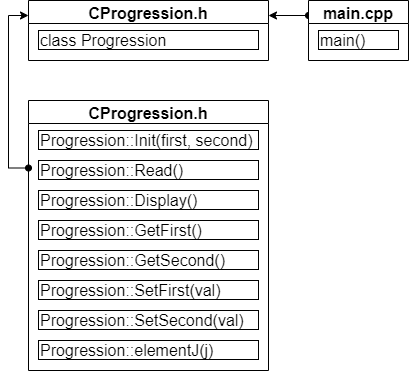
Earlier version of the draw.io export structure_diagram.png (SergiyStepanchuk/OOP_Lab_1.1). Source tidied: cells renumbered, new cells last; positions are measured from the earlier drawing's top-left corner, leaving out a move shared by most shapes.
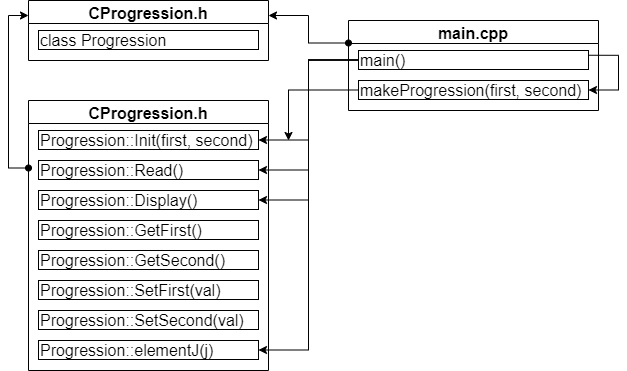
The same diagram one commit later.

Change to the diagram source:
```diff
@@ -2,15 +2,23 @@
   <root>
     <mxCell id="0" />
     <mxCell id="1" parent="0" />
-    <mxCell id="2" style="edgeStyle=orthogonalEdgeStyle;rounded=0;jettySize=auto;html=1;exitX=0;exitY=0.25;exitDx=0;exitDy=0;entryX=1;entryY=0.25;entryDx=0;entryDy=0;startArrow=oval;startFill=1;endArrow=classic;endFill=1;fontSize=16;" parent="1" edge="1" source="3" target="5">
-      <mxGeometry relative="1" as="geometry" />
-    </mxCell>
     <mxCell id="3" value="main.cpp" style="swimlane;fontSize=16;" parent="1" vertex="1">
-      <mxGeometry x="280" width="100" height="60" as="geometry" />
+      <mxGeometry x="320" y="20" width="250" height="90" as="geometry" />
     </mxCell>
+    <mxCell id="17" style="edgeStyle=orthogonalEdgeStyle;rounded=0;jettySize=auto;html=1;exitX=1;exitY=0.25;exitDx=0;exitDy=0;entryX=1;entryY=0.5;entryDx=0;entryDy=0;" parent="3" edge="1" source="4" target="18">
+      <mxGeometry relative="1" as="geometry">
+        <Array as="points">
+          <mxPoint x="270" y="35" />
+          <mxPoint x="270" y="70" />
+        </Array>
+      </mxGeometry>
+    </mxCell>
     <mxCell id="4" value="main()" style="text;html=1;align=left;verticalAlign=middle;whiteSpace=wrap;rounded=0;sketch=0;fontSize=16;glass=0;strokeColor=#000000;" parent="3" vertex="1">
-      <mxGeometry x="10" y="30" width="80" height="19" as="geometry" />
+      <mxGeometry x="10" y="30" width="230" height="19" as="geometry" />
     </mxCell>
+    <mxCell id="18" value="makeProgression(first, second)" style="text;html=1;align=left;verticalAlign=middle;whiteSpace=wrap;rounded=0;sketch=0;fontSize=16;glass=0;strokeColor=#000000;" parent="3" vertex="1">
+      <mxGeometry x="10" y="60" width="230" height="19" as="geometry" />
+    </mxCell>
     <mxCell id="5" value="CProgression.h" style="swimlane;fontSize=16;" parent="1" vertex="1">
       <mxGeometry width="240" height="60" as="geometry" />
     </mxCell>
@@ -47,5 +55,29 @@
     <mxCell id="16" style="edgeStyle=orthogonalEdgeStyle;rounded=0;jettySize=auto;html=1;exitX=0;exitY=0.25;exitDx=0;exitDy=0;entryX=0;entryY=0.25;entryDx=0;entryDy=0;fontSize=16;startArrow=oval;startFill=1;" parent="1" edge="1" source="7" target="5">
       <mxGeometry relative="1" as="geometry" />
     </mxCell>
+    <mxCell id="19" style="edgeStyle=orthogonalEdgeStyle;rounded=0;jettySize=auto;html=1;exitX=0;exitY=0.5;exitDx=0;exitDy=0;entryX=1;entryY=0.5;entryDx=0;entryDy=0;" parent="1" edge="1" source="4" target="8">
+      <mxGeometry relative="1" as="geometry" />
+    </mxCell>
+    <mxCell id="20" style="edgeStyle=orthogonalEdgeStyle;rounded=0;jettySize=auto;html=1;exitX=0;exitY=0.5;exitDx=0;exitDy=0;entryX=1;entryY=0.5;entryDx=0;entryDy=0;" parent="1" edge="1" source="4" target="9">
+      <mxGeometry relative="1" as="geometry" />
+    </mxCell>
+    <mxCell id="21" style="edgeStyle=orthogonalEdgeStyle;rounded=0;jettySize=auto;html=1;exitX=0;exitY=0.5;exitDx=0;exitDy=0;entryX=1;entryY=0.5;entryDx=0;entryDy=0;" parent="1" edge="1" source="4" target="10">
+      <mxGeometry relative="1" as="geometry" />
+    </mxCell>
+    <mxCell id="22" style="edgeStyle=orthogonalEdgeStyle;rounded=0;jettySize=auto;html=1;exitX=0;exitY=0.5;exitDx=0;exitDy=0;entryX=1;entryY=0.5;entryDx=0;entryDy=0;" parent="1" edge="1" source="4" target="15">
+      <mxGeometry relative="1" as="geometry" />
+    </mxCell>
+    <mxCell id="2" style="edgeStyle=orthogonalEdgeStyle;rounded=0;jettySize=auto;html=1;exitX=0;exitY=0.25;exitDx=0;exitDy=0;entryX=1;entryY=0.25;entryDx=0;entryDy=0;startArrow=oval;startFill=1;endArrow=classic;endFill=1;fontSize=16;" parent="1" edge="1" source="3" target="5">
+      <mxGeometry relative="1" as="geometry" />
+    </mxCell>
+    <mxCell id="23" style="edgeStyle=orthogonalEdgeStyle;rounded=0;jettySize=auto;html=1;exitX=0;exitY=0.5;exitDx=0;exitDy=0;" parent="1" edge="1" source="18">
+      <mxGeometry relative="1" as="geometry">
+        <mxPoint x="260" y="140" as="targetPoint" />
+        <Array as="points">
+          <mxPoint x="260" y="90" />
+          <mxPoint x="260" y="140" />
+        </Array>
+      </mxGeometry>
+    </mxCell>
   </root>
 </mxGraphModel>
```
